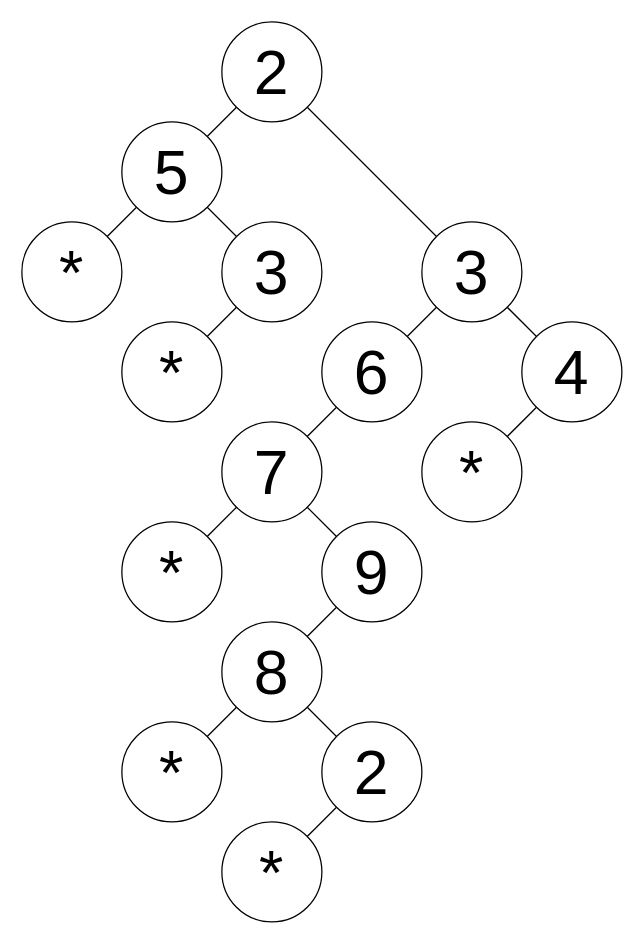
Earlier version of the draw.io diagram page "Umetanje" (1 of 2) of ASP2/Grafovi/ASP2 K2 2016 zadatak 1 stablo.drawio (KockaAdmiralac/ETF). Source tidied: cells renumbered, new cells numbered last; positions are measured from the earlier drawing's top-left corner, leaving out a move shared by most shapes. Both pictures are drawn from the tidied source at 125%, with x=0, y=0 at pixel (21, 21).
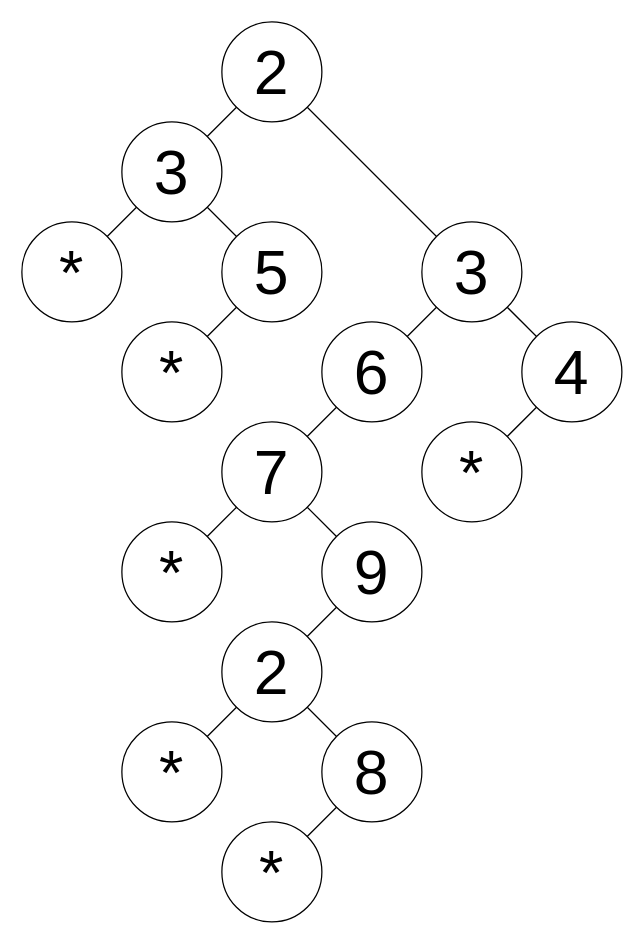
The same page after the edit.

Change to the diagram source:
```diff
@@
-    <mxCell id="3" value="&lt;font style=&quot;font-size: 50px&quot;&gt;5&lt;/font&gt;" style="ellipse;whiteSpace=wrap;html=1;" parent="1" vertex="1">
+    <mxCell id="3" value="&lt;font style=&quot;font-size: 50px&quot;&gt;3&lt;/font&gt;" style="ellipse;whiteSpace=wrap;html=1;" parent="1" vertex="1">
       <mxGeometry x="80" y="80" width="80" height="80" as="geometry" />
     </mxCell>
-    <mxCell id="4" value="&lt;font style=&quot;font-size: 50px&quot;&gt;3&lt;/font&gt;" style="ellipse;whiteSpace=wrap;html=1;" parent="1" vertex="1">
+    <mxCell id="4" value="&lt;font style=&quot;font-size: 50px&quot;&gt;5&lt;/font&gt;" style="ellipse;whiteSpace=wrap;html=1;" parent="1" vertex="1">
       <mxGeometry x="160" y="160" width="80" height="80" as="geometry" />
     </mxCell>
@@
-    <mxCell id="14" value="&lt;font style=&quot;font-size: 50px&quot;&gt;8&lt;/font&gt;" style="ellipse;whiteSpace=wrap;html=1;" parent="1" vertex="1">
+    <mxCell id="14" value="&lt;font style=&quot;font-size: 50px&quot;&gt;2&lt;/font&gt;" style="ellipse;whiteSpace=wrap;html=1;" parent="1" vertex="1">
       <mxGeometry x="160" y="480" width="80" height="80" as="geometry" />
     </mxCell>
-    <mxCell id="15" value="&lt;font style=&quot;font-size: 50px&quot;&gt;2&lt;/font&gt;" style="ellipse;whiteSpace=wrap;html=1;" parent="1" vertex="1">
+    <mxCell id="15" value="&lt;font style=&quot;font-size: 50px&quot;&gt;8&lt;/font&gt;" style="ellipse;whiteSpace=wrap;html=1;" parent="1" vertex="1">
       <mxGeometry x="240" y="560" width="80" height="80" as="geometry" />
     </mxCell>
```
